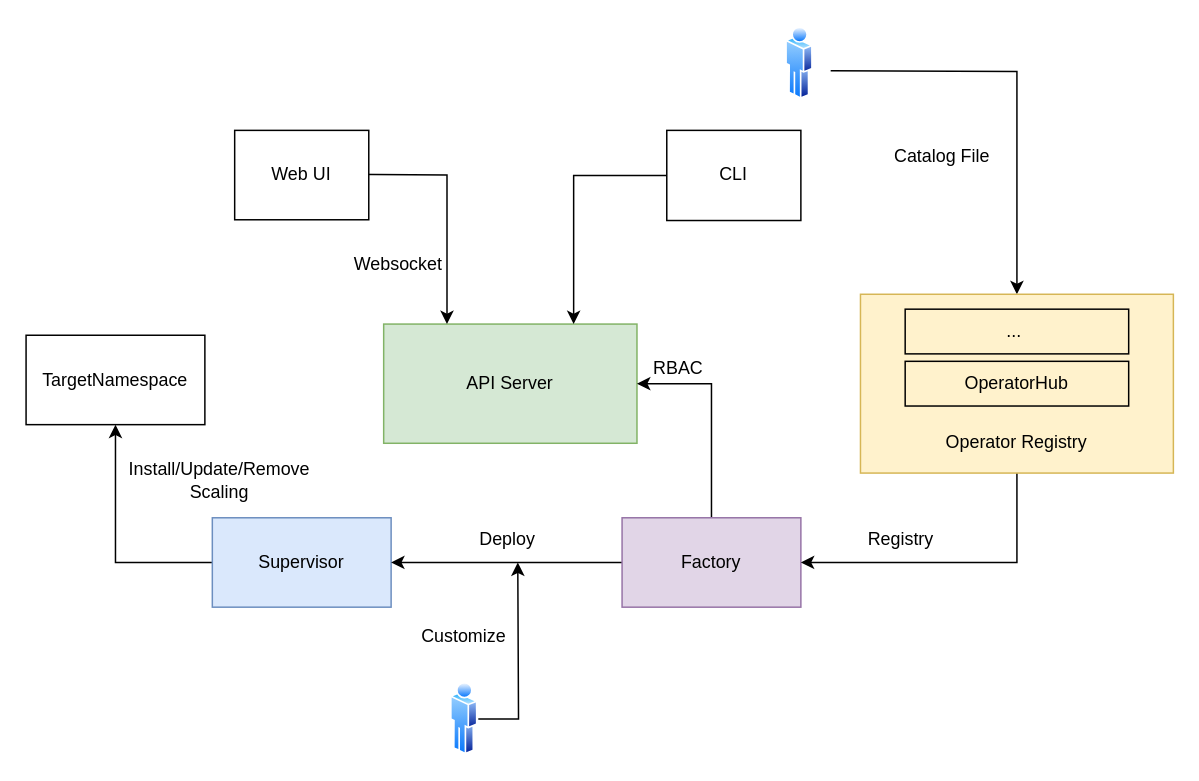
Before: docs/olm.drawio in vanguoo/Distributed-Measurement-System, a draw.io diagram. Source tidied: cells renumbered, new cells numbered last; positions are measured from the earlier drawing's top-left corner, leaving out a move shared by most shapes. Both pictures are drawn from the tidied source at 149%, with x=0, y=0 at pixel (25, 25).
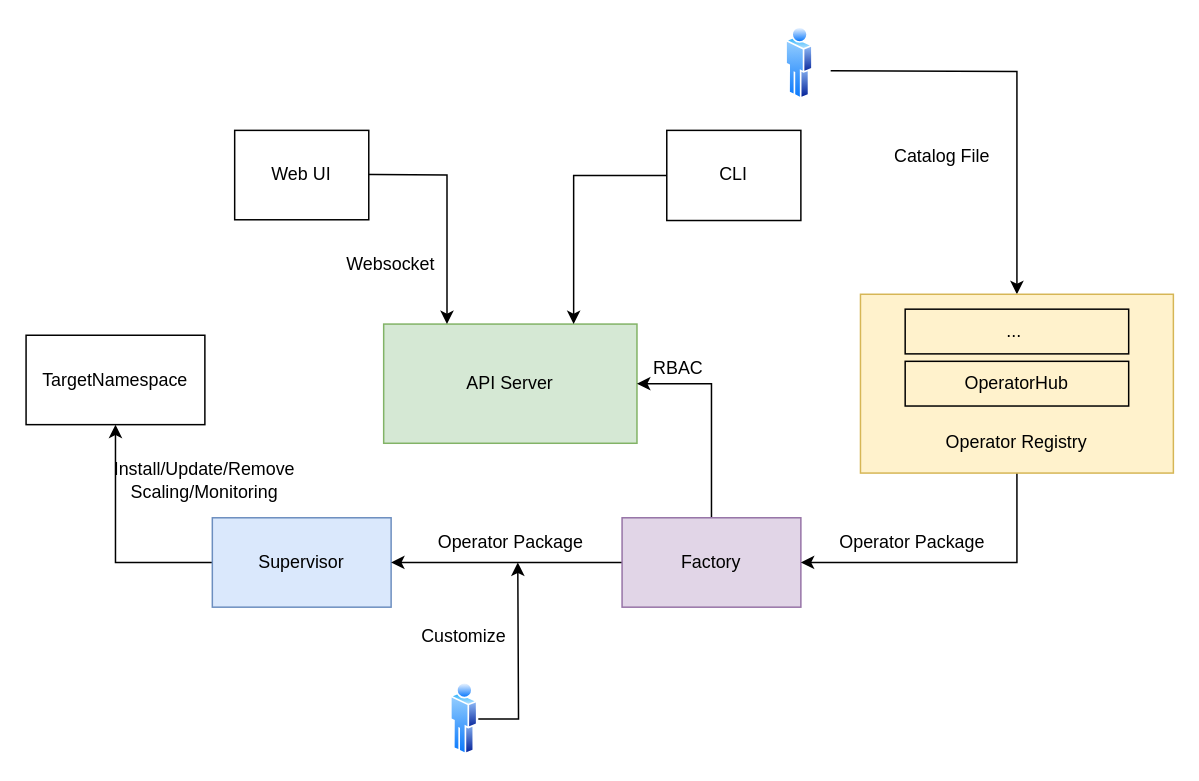
The same page after the edit.

What changed in the source:
```diff
@@
-    <mxCell id="19" value="Registry&amp;nbsp;" style="text;html=1;strokeColor=none;fillColor=none;align=center;verticalAlign=middle;whiteSpace=wrap;rounded=0;" parent="1" vertex="1">
-      <mxGeometry x="548.5" y="337" width="80" height="16" as="geometry" />
+    <mxCell id="19" value="Operator Package" style="text;html=1;strokeColor=none;fillColor=none;align=center;verticalAlign=middle;whiteSpace=wrap;rounded=0;" parent="1" vertex="1">
+      <mxGeometry x="533.5" y="339" width="121.5" height="16" as="geometry" />
     </mxCell>
     <mxCell id="20" value="Websocket" style="text;html=1;strokeColor=none;fillColor=none;align=center;verticalAlign=middle;whiteSpace=wrap;rounded=0;" parent="1" vertex="1">
-      <mxGeometry x="230" y="150" width="40" height="20" as="geometry" />
+      <mxGeometry x="205" y="150" width="80" height="20" as="geometry" />
     </mxCell>
@@
-    <mxCell id="22" value="Deploy&amp;nbsp;" style="text;html=1;strokeColor=none;fillColor=none;align=center;verticalAlign=middle;whiteSpace=wrap;rounded=0;" parent="1" vertex="1">
-      <mxGeometry x="285" y="335" width="80" height="20" as="geometry" />
+    <mxCell id="22" value="Operator Package" style="text;html=1;strokeColor=none;fillColor=none;align=center;verticalAlign=middle;whiteSpace=wrap;rounded=0;" parent="1" vertex="1">
+      <mxGeometry x="267.5" y="339" width="115" height="15" as="geometry" />
     </mxCell>
-    <mxCell id="23" value="Install/Update/Remove&lt;br&gt;Scaling" style="text;html=1;strokeColor=none;fillColor=none;align=center;verticalAlign=middle;whiteSpace=wrap;rounded=0;" parent="1" vertex="1">
-      <mxGeometry x="60" y="290" width="140" height="30" as="geometry" />
+    <mxCell id="23" value="Install/Update/Remove&lt;br&gt;Scaling/Monitoring" style="text;html=1;strokeColor=none;fillColor=none;align=center;verticalAlign=middle;whiteSpace=wrap;rounded=0;" parent="1" vertex="1">
+      <mxGeometry x="50" y="290" width="140" height="30" as="geometry" />
     </mxCell>
```
